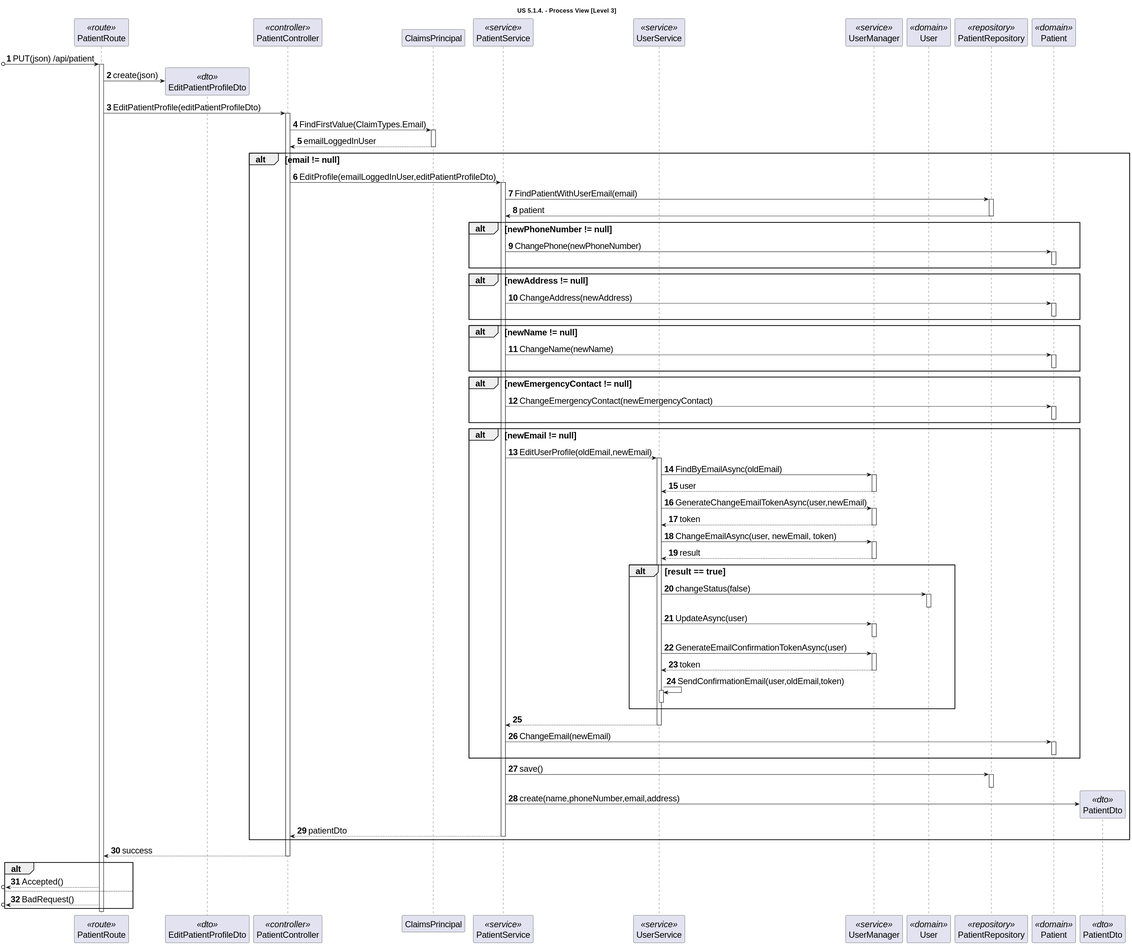
Earlier version of the PlantUML export docs/sprint-1/1220841/us-5.1.4/diagrams/level-3-process-view.svg (rita-barbosa/LAPR5-2425).
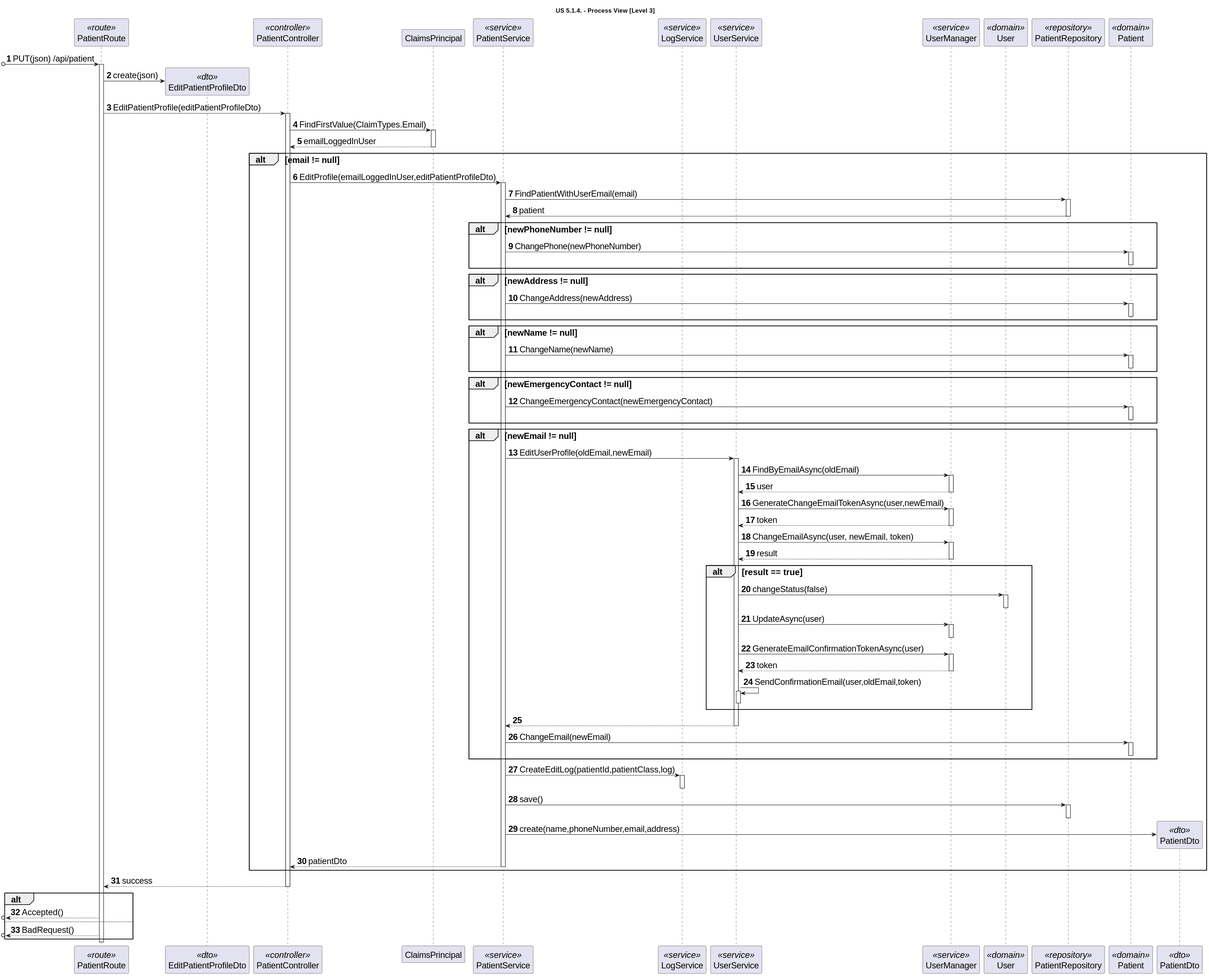
After the change.

Commit message:
DG38-194 | docs: updates diagram to correct log representation.

The edit, as a diff of the source:
```diff
@@ -9,6 +9,7 @@
 participant "PatientController" as CTRL <<controller>>
 participant "ClaimsPrincipal" as CLAIM
 participant "PatientService" as SVC <<service>>
+participant "LogService" as LOG <<service>>
 participant "UserService" as US_SVC <<service>>
 participant "UserManager" as UM <<service>>
 participant "User" as USER <<domain>>
@@ -117,6 +118,10 @@
                         deactivate PATIENT
                         end alt
 
+                        SVC -> LOG: CreateEditLog(patientId,patientClass,log)
+                        activate LOG
+                        deactivate LOG
+
                         SVC -> REPO : save()
                         activate REPO
                         deactivate REPO
```
